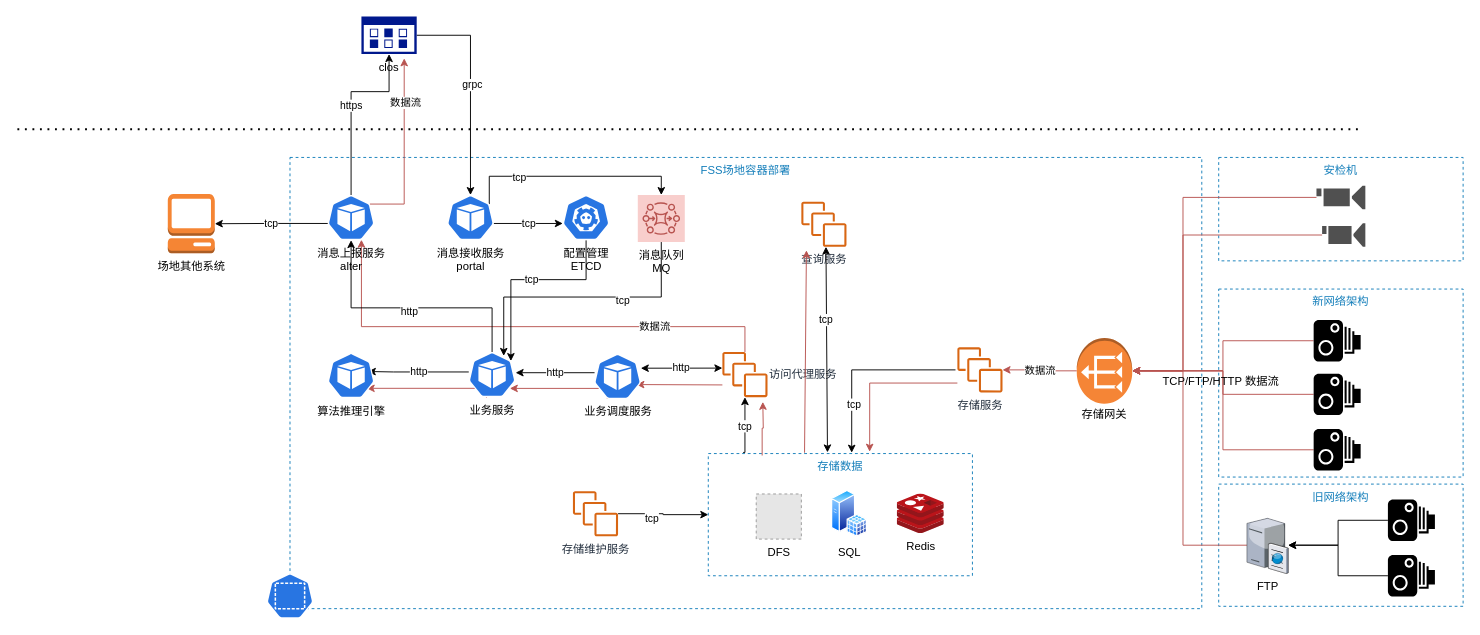
This is 标准架构.drawio from xwkeke/MyGit, a draw.io file, before an edit. Source tidied: cells renumbered, new cells numbered last; positions are measured from the earlier drawing's top-left corner, leaving out a move shared by most shapes. Both pictures are drawn from the tidied source at 94%, with x=0, y=0 at pixel (17, 16). Pictures stored in the file or linked from it are replaced by grey dashed boxes.
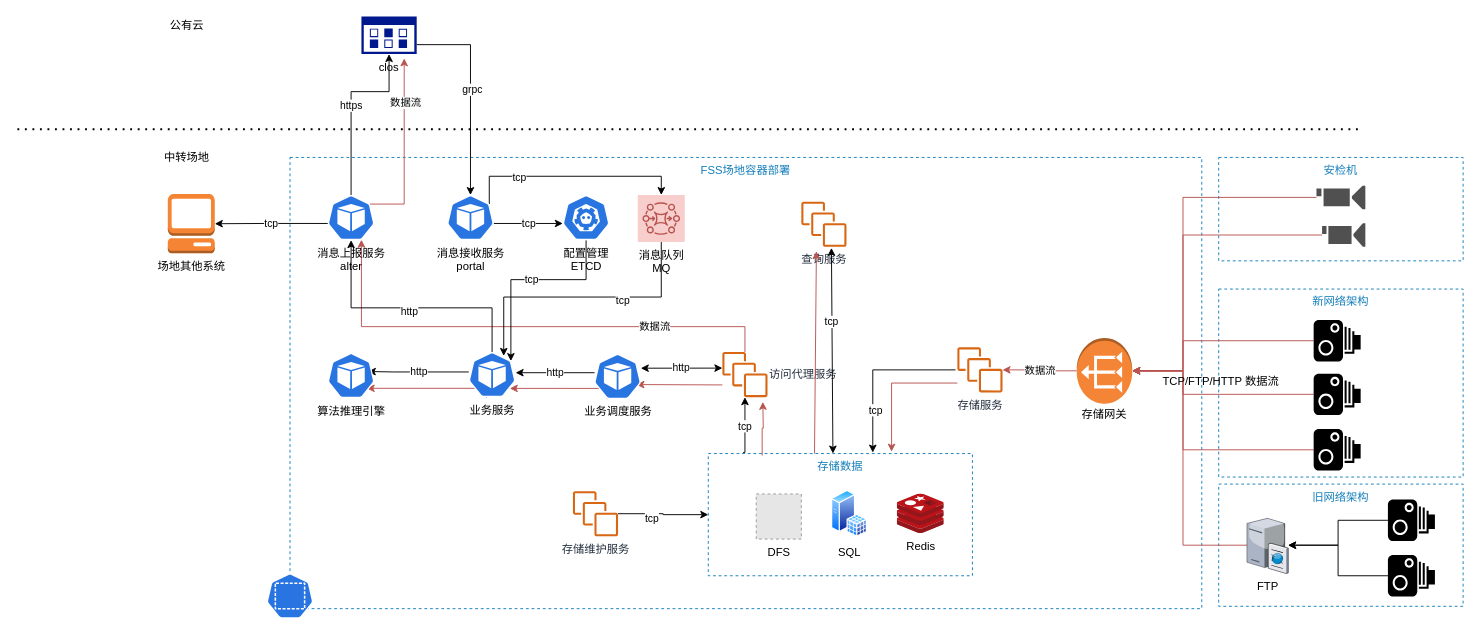
Above is the later version.

Unchanged cells that the change refers to:
```xml
<mxCell id="3" value="存储数据" style="fillColor=none;strokeColor=#147EBA;dashed=1;verticalAlign=top;fontStyle=0;fontColor=#147EBA;" parent="1" vertex="1">
  <mxGeometry x="735" y="465" width="281" height="130" as="geometry" />
</mxCell>
<mxCell id="10" value="clos" style="shadow=0;dashed=0;html=1;strokeColor=none;labelPosition=center;verticalLabelPosition=bottom;verticalAlign=top;align=center;fillColor=#00188D;shape=mxgraph.mscae.enterprise.management_console;" parent="1" vertex="1">
  <mxGeometry x="366" width="58.8" height="40" as="geometry" />
</mxCell>
<mxCell id="22" style="shape=mxgraph.signs.tech.camera_1;html=1;fillColor=#000000;strokeColor=none;verticalLabelPosition=bottom;verticalAlign=top;align=center;" parent="1" vertex="1">
  <mxGeometry x="1379" y="380" width="50" height="44" as="geometry" />
</mxCell>
<mxCell id="24" style="shape=mxgraph.signs.tech.camera_1;html=1;fillColor=#000000;strokeColor=none;verticalLabelPosition=bottom;verticalAlign=top;align=center;" parent="1" vertex="1">
  <mxGeometry x="1379" y="439" width="50" height="44" as="geometry" />
</mxCell>
<mxCell id="26" style="shape=mxgraph.signs.tech.camera_1;html=1;fillColor=#000000;strokeColor=none;verticalLabelPosition=bottom;verticalAlign=top;align=center;" parent="1" vertex="1">
  <mxGeometry x="1379" y="323" width="50" height="44" as="geometry" />
</mxCell>
<mxCell id="31" value="存储服务" style="outlineConnect=0;fontColor=#232F3E;gradientColor=none;fillColor=#D86613;strokeColor=none;dashed=0;verticalLabelPosition=bottom;verticalAlign=top;align=center;html=1;fontSize=12;fontStyle=0;shape=mxgraph.aws4.instances;" parent="1" vertex="1">
  <mxGeometry x="1000" y="352" width="48" height="48" as="geometry" />
</mxCell>
<mxCell id="36" style="outlineConnect=0;dashed=0;verticalLabelPosition=top;verticalAlign=bottom;align=center;html=1;shape=mxgraph.aws3.vpc_nat_gateway;fillColor=#F58536;gradientColor=none;strokeColor=#6C8EBF;rotation=-180;labelPosition=center;" parent="35" vertex="1">
  <mxGeometry x="1" width="59" height="70" as="geometry" />
</mxCell>
<mxCell id="74" value="消息接收服务&lt;br&gt;portal" style="html=1;dashed=0;whitespace=wrap;fillColor=#2875E2;strokeColor=#ffffff;points=[[0.005,0.63,0],[0.1,0.2,0],[0.9,0.2,0],[0.5,0,0],[0.995,0.63,0],[0.72,0.99,0],[0.5,1,0],[0.28,0.99,0]];shape=mxgraph.kubernetes.icon;prIcon=pod;labelPosition=center;verticalLabelPosition=bottom;align=center;verticalAlign=top;" parent="1" vertex="1">
  <mxGeometry x="457" y="190" width="50" height="48" as="geometry" />
</mxCell>
```

What changed in the source:
```diff
@@
     <mxCell id="8" style="edgeStyle=orthogonalEdgeStyle;rounded=0;jettySize=auto;html=1;entryX=0.5;entryY=0;entryDx=0;entryDy=0;entryPerimeter=0;" parent="1" edge="1" source="10" target="74">
-      <mxGeometry relative="1" as="geometry" />
+      <mxGeometry relative="1" as="geometry">
+        <Array as="points">
+          <mxPoint x="482" y="30" />
+        </Array>
+      </mxGeometry>
     </mxCell>
@@
     <mxCell id="21" style="edgeStyle=orthogonalEdgeStyle;rounded=0;jettySize=auto;html=1;exitX=0;exitY=0.5;exitDx=0;exitDy=0;exitPerimeter=0;entryX=0;entryY=0.5;entryDx=0;entryDy=0;entryPerimeter=0;fillColor=#f8cecc;strokeColor=#b85450;" parent="1" edge="1" source="22" target="36">
-      <mxGeometry x="-210" y="-890" as="geometry" />
+      <mxGeometry x="-210" y="-890" as="geometry">
+        <Array as="points">
+          <mxPoint x="1240" y="402" />
+          <mxPoint x="1240" y="377" />
+        </Array>
+      </mxGeometry>
     </mxCell>
@@
     <mxCell id="23" style="edgeStyle=orthogonalEdgeStyle;rounded=0;jettySize=auto;html=1;exitX=0;exitY=0.5;exitDx=0;exitDy=0;exitPerimeter=0;entryX=0;entryY=0.5;entryDx=0;entryDy=0;entryPerimeter=0;fillColor=#f8cecc;strokeColor=#b85450;" parent="1" edge="1" source="24" target="36">
-      <mxGeometry x="-210" y="-890" as="geometry" />
+      <mxGeometry x="-210" y="-890" as="geometry">
+        <Array as="points">
+          <mxPoint x="1240" y="461" />
+          <mxPoint x="1240" y="377" />
+        </Array>
+      </mxGeometry>
     </mxCell>
@@
     <mxCell id="25" style="edgeStyle=orthogonalEdgeStyle;rounded=0;jettySize=auto;html=1;exitX=0;exitY=0.5;exitDx=0;exitDy=0;exitPerimeter=0;entryX=0;entryY=0.5;entryDx=0;entryDy=0;entryPerimeter=0;fillColor=#f8cecc;strokeColor=#b85450;" parent="1" edge="1" source="26" target="36">
-      <mxGeometry x="-210" y="-890" as="geometry" />
+      <mxGeometry x="-210" y="-890" as="geometry">
+        <Array as="points">
+          <mxPoint x="1240" y="345" />
+          <mxPoint x="1240" y="377" />
+        </Array>
+      </mxGeometry>
     </mxCell>
@@
-    <mxCell id="28" style="edgeStyle=orthogonalEdgeStyle;rounded=0;jettySize=auto;html=1;entryX=0.543;entryY=-0.007;entryDx=0;entryDy=0;entryPerimeter=0;exitX=-0.042;exitY=0.5;exitDx=0;exitDy=0;exitPerimeter=0;" parent="1" edge="1" source="31" target="3">
+    <mxCell id="28" style="edgeStyle=orthogonalEdgeStyle;rounded=0;jettySize=auto;html=1;exitX=-0.042;exitY=0.5;exitDx=0;exitDy=0;exitPerimeter=0;" parent="1" edge="1" source="31">
       <mxGeometry relative="1" as="geometry">
+        <mxPoint x="910" y="464" as="targetPoint" />
         <Array as="points">
-          <mxPoint x="888" y="376" />
+          <mxPoint x="910" y="376" />
+          <mxPoint x="910" y="464" />
         </Array>
       </mxGeometry>
     </mxCell>
@@
-    <mxCell id="30" style="edgeStyle=orthogonalEdgeStyle;rounded=0;jettySize=auto;html=1;entryX=0.611;entryY=-0.015;entryDx=0;entryDy=0;entryPerimeter=0;fillColor=#f8cecc;strokeColor=#b85450;" parent="1" edge="1" source="31" target="3">
+    <mxCell id="30" style="edgeStyle=orthogonalEdgeStyle;rounded=0;jettySize=auto;html=1;fillColor=#f8cecc;strokeColor=#b85450;" parent="1" edge="1" source="31">
       <mxGeometry relative="1" as="geometry">
+        <mxPoint x="930" y="463" as="targetPoint" />
         <Array as="points">
-          <mxPoint x="907" y="390" />
+          <mxPoint x="930" y="390" />
+          <mxPoint x="930" y="463" />
         </Array>
       </mxGeometry>
     </mxCell>
@@
     <mxCell id="75" style="endArrow=classic;startArrow=classic;html=1;strokeColor=#000000;exitX=0.444;exitY=-0.009;exitDx=0;exitDy=0;exitPerimeter=0;" parent="1" edge="1">
-      <mxGeometry x="-68" y="-890" as="geometry">
-        <mxPoint x="861.8" y="463.8" as="sourcePoint" />
-        <mxPoint x="860.2" y="245" as="targetPoint" />
+      <mxGeometry x="-62.2" y="-888.8" as="geometry">
+        <mxPoint x="867.6" y="465" as="sourcePoint" />
+        <mxPoint x="866" y="246.2" as="targetPoint" />
       </mxGeometry>
     </mxCell>
@@
     <mxCell id="77" style="endArrow=classic;html=1;strokeColor=#b85450;exitX=0.368;exitY=-0.007;exitDx=0;exitDy=0;exitPerimeter=0;entryX=0.133;entryY=1.08;entryDx=0;entryDy=0;entryPerimeter=0;fillColor=#f8cecc;" parent="1" edge="1">
       <mxGeometry relative="1" as="geometry">
-        <mxPoint x="837.4" y="464.1" as="sourcePoint" />
-        <mxPoint x="839.4" y="248.8" as="targetPoint" />
+        <mxPoint x="848" y="465" as="sourcePoint" />
+        <mxPoint x="850" y="249.7" as="targetPoint" />
       </mxGeometry>
     </mxCell>
@@
+    <mxCell id="79" value="公有云" style="text;html=1;align=center;verticalAlign=middle;" parent="1" vertex="1">
+      <mxGeometry x="155" width="50" height="20" as="geometry" />
+    </mxCell>
+    <mxCell id="80" value="中转场地" style="text;html=1;align=center;verticalAlign=middle;" parent="1" vertex="1">
+      <mxGeometry x="150" y="140" width="60" height="20" as="geometry" />
+    </mxCell>
```
